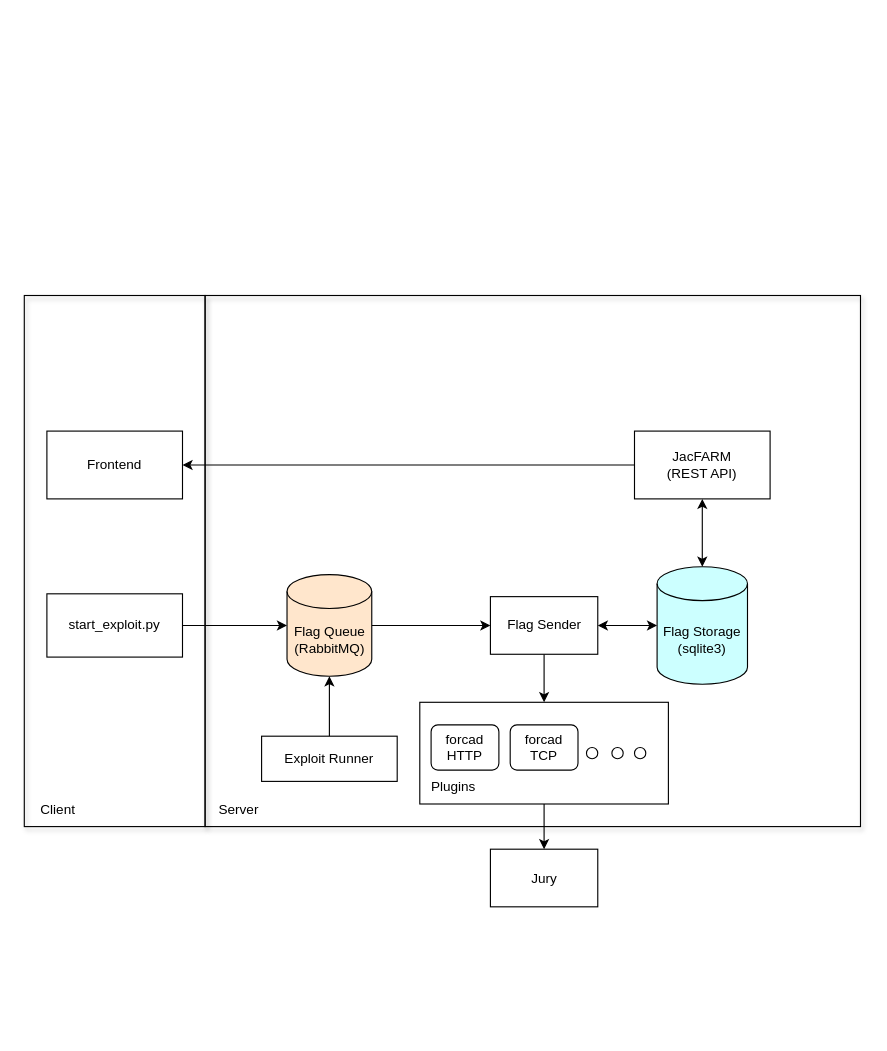
The draw.io diagram docs/diagram.drawio in Jacute/JacFARM, before the edit. Source tidied: cells renumbered, new cells numbered last; positions are measured from the earlier drawing's top-left corner, leaving out a move shared by most shapes. Both pictures are drawn from the tidied source at 113%, with x=0, y=0 at pixel (24, 295).
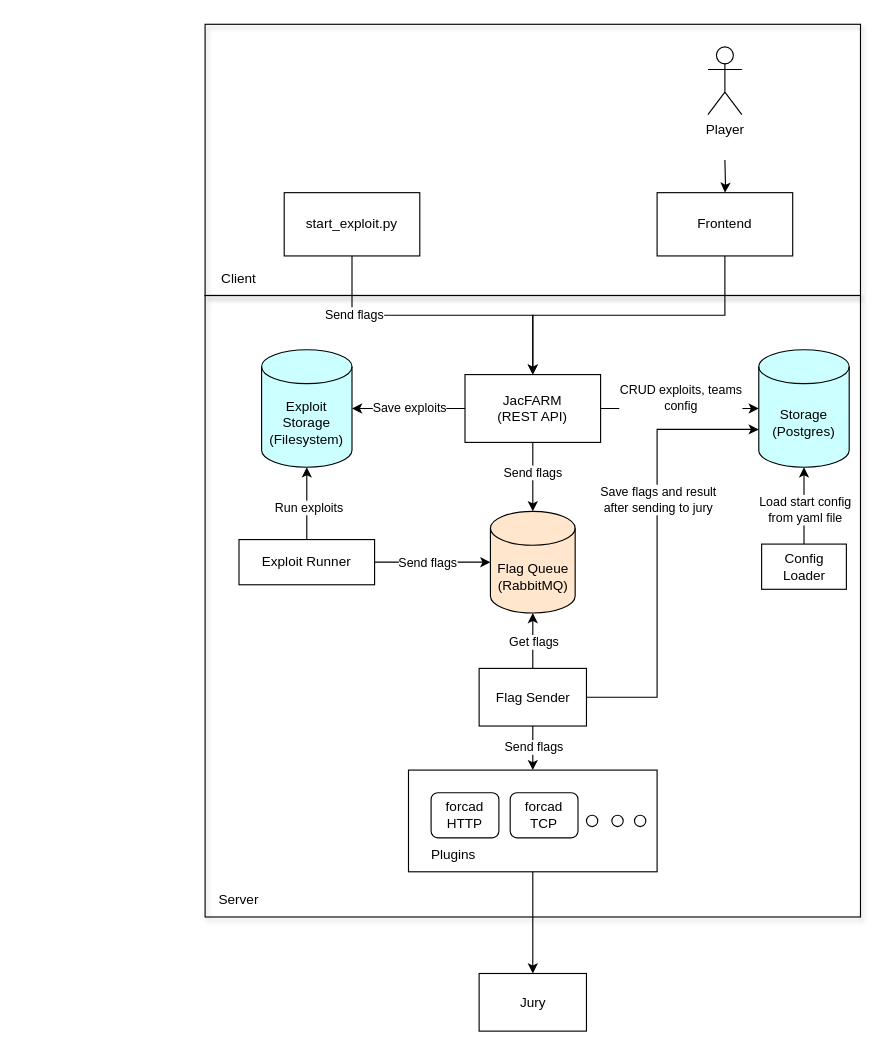
Above is the later version.

The change refers to these unchanged cells:
```xml
<mxCell id="3" style="edgeStyle=orthogonalEdgeStyle;rounded=0;jettySize=auto;html=1;" parent="1" edge="1" source="4" target="22">
  <mxGeometry relative="1" as="geometry" />
</mxCell>
```

Diff of the diagram source:
```diff
@@
     <mxCell id="2" style="rounded=0;whiteSpace=wrap;html=1;shadow=1;fillColor=none;" parent="1" vertex="1">
-      <mxGeometry x="160" width="580" height="470" as="geometry" />
+      <mxGeometry x="160" width="580" height="550" as="geometry" />
     </mxCell>
+    <mxCell id="18" style="rounded=0;whiteSpace=wrap;html=1;shadow=1;fillColor=none;" parent="1" vertex="1">
+      <mxGeometry x="160" y="-240" width="580" height="240" as="geometry" />
+    </mxCell>
@@
+    <mxCell id="29" value="Send flags" style="edgeLabel;html=1;align=center;verticalAlign=middle;" parent="3" vertex="1">
+      <mxGeometry x="-0.11" relative="1" as="geometry" />
+    </mxCell>
     <mxCell id="4" value="Flag Sender" style="rounded=0;whiteSpace=wrap;html=1;" parent="1" vertex="1">
-      <mxGeometry x="412.5" y="266.5" width="95" height="51" as="geometry" />
+      <mxGeometry x="402.5" y="330" width="95" height="51" as="geometry" />
     </mxCell>
-    <mxCell id="5" style="edgeStyle=orthogonalEdgeStyle;rounded=0;jettySize=auto;html=1;" parent="1" edge="1" source="6" target="14">
-      <mxGeometry relative="1" as="geometry" />
-    </mxCell>
+    <mxCell id="30" style="edgeStyle=orthogonalEdgeStyle;rounded=0;jettySize=auto;html=1;entryX=0.5;entryY=0;entryDx=0;entryDy=0;exitX=0.5;exitY=1;exitDx=0;exitDy=0;" parent="1" edge="1" source="6" target="11">
+      <mxGeometry relative="1" as="geometry" />
+    </mxCell>
+    <mxCell id="31" value="Send flags" style="edgeLabel;html=1;align=center;verticalAlign=middle;" parent="30" vertex="1">
+      <mxGeometry x="-0.59" y="1" relative="1" as="geometry" />
+    </mxCell>
     <mxCell id="6" value="start_exploit.py" style="rounded=0;whiteSpace=wrap;html=1;" parent="1" vertex="1">
-      <mxGeometry x="20" y="264" width="120" height="56" as="geometry" />
+      <mxGeometry x="230" y="-91" width="120" height="56" as="geometry" />
     </mxCell>
-    <mxCell id="7" style="edgeStyle=orthogonalEdgeStyle;rounded=0;jettySize=auto;html=1;" parent="1" edge="1" source="8" target="14">
-      <mxGeometry relative="1" as="geometry" />
-    </mxCell>
     <mxCell id="8" value="Exploit Runner" style="rounded=0;whiteSpace=wrap;html=1;" parent="1" vertex="1">
-      <mxGeometry x="210" y="390" width="120" height="40" as="geometry" />
+      <mxGeometry x="190" y="216" width="120" height="40" as="geometry" />
     </mxCell>
-    <mxCell id="9" style="endArrow=classic;startArrow=classic;html=1;rounded=0;exitX=1;exitY=0.5;exitDx=0;exitDy=0;" parent="1" edge="1" source="4" target="10">
-      <mxGeometry relative="1" as="geometry" />
-    </mxCell>
-    <mxCell id="10" value="Flag Storage (sqlite3)" style="shape=cylinder3;whiteSpace=wrap;html=1;boundedLbl=1;backgroundOutline=1;size=15;fillColor=#CCFFFF;" parent="1" vertex="1">
-      <mxGeometry x="560" y="240" width="80" height="104" as="geometry" />
+    <mxCell id="10" value="Storage&lt;br&gt;(Postgres)" style="shape=cylinder3;whiteSpace=wrap;html=1;boundedLbl=1;backgroundOutline=1;size=15;fillColor=#CCFFFF;" parent="1" vertex="1">
+      <mxGeometry x="650" y="48" width="80" height="104" as="geometry" />
     </mxCell>
+    <mxCell id="32" style="edgeStyle=orthogonalEdgeStyle;rounded=0;jettySize=auto;html=1;" parent="1" edge="1" source="11" target="39">
+      <mxGeometry relative="1" as="geometry" />
+    </mxCell>
+    <mxCell id="33" value="Save exploits" style="edgeLabel;html=1;align=center;verticalAlign=middle;" parent="32" vertex="1">
+      <mxGeometry x="-0.01" y="-1" relative="1" as="geometry" />
+    </mxCell>
     <mxCell id="11" value="JacFARM&lt;br&gt;(REST API)" style="rounded=0;whiteSpace=wrap;html=1;" parent="1" vertex="1">
-      <mxGeometry x="540" y="120" width="120" height="60" as="geometry" />
+      <mxGeometry x="390" y="70" width="120" height="60" as="geometry" />
     </mxCell>
-    <mxCell id="12" style="endArrow=classic;startArrow=classic;html=1;rounded=0;entryX=0.5;entryY=1;entryDx=0;entryDy=0;exitX=0.5;exitY=0;exitDx=0;exitDy=0;exitPerimeter=0;" parent="1" edge="1" source="10" target="11">
-      <mxGeometry relative="1" as="geometry" />
-    </mxCell>
-    <mxCell id="13" style="edgeStyle=orthogonalEdgeStyle;rounded=0;jettySize=auto;html=1;" parent="1" edge="1" source="14" target="4">
-      <mxGeometry relative="1" as="geometry" />
-    </mxCell>
-    <mxCell id="14" value="Flag Queue&lt;br&gt;(RabbitMQ)" style="shape=cylinder3;whiteSpace=wrap;html=1;boundedLbl=1;backgroundOutline=1;size=15;fillColor=#FFE6CC;" parent="1" vertex="1">
-      <mxGeometry x="232.5" y="247" width="75" height="90" as="geometry" />
-    </mxCell>
     <mxCell id="15" value="Server" style="text;html=1;align=center;verticalAlign=middle;whiteSpace=wrap;rounded=0;" parent="1" vertex="1">
-      <mxGeometry x="160" y="440" width="60" height="30" as="geometry" />
+      <mxGeometry x="160" y="520" width="60" height="30" as="geometry" />
     </mxCell>
-    <mxCell id="16" value="Frontend" style="rounded=0;whiteSpace=wrap;html=1;" parent="1" vertex="1">
-      <mxGeometry x="20" y="120" width="120" height="60" as="geometry" />
-    </mxCell>
-    <mxCell id="17" style="endArrow=classic;html=1;rounded=0;entryX=1;entryY=0.5;entryDx=0;entryDy=0;exitX=0;exitY=0.5;exitDx=0;exitDy=0;" parent="1" edge="1" source="11" target="16">
-      <mxGeometry relative="1" as="geometry" />
-    </mxCell>
-    <mxCell id="18" style="rounded=0;whiteSpace=wrap;html=1;shadow=1;fillColor=none;" parent="1" vertex="1">
-      <mxGeometry width="160" height="470" as="geometry" />
-    </mxCell>
     <mxCell id="19" value="Client" style="text;html=1;align=center;verticalAlign=middle;whiteSpace=wrap;rounded=0;" parent="1" vertex="1">
-      <mxGeometry y="440" width="60" height="30" as="geometry" />
+      <mxGeometry x="160" y="-30" width="60" height="30" as="geometry" />
     </mxCell>
     <mxCell id="20" value="Jury" style="rounded=0;whiteSpace=wrap;html=1;" parent="1" vertex="1">
-      <mxGeometry x="412.5" y="490" width="95" height="51" as="geometry" />
+      <mxGeometry x="402.5" y="600" width="95" height="51" as="geometry" />
     </mxCell>
@@
     <mxCell id="22" style="rounded=0;whiteSpace=wrap;html=1;fillColor=none;" parent="1" vertex="1">
-      <mxGeometry x="350" y="360" width="220" height="90" as="geometry" />
+      <mxGeometry x="340" y="420" width="220" height="90" as="geometry" />
     </mxCell>
     <mxCell id="23" value="Plugins" style="text;html=1;align=center;verticalAlign=middle;whiteSpace=wrap;rounded=0;" parent="1" vertex="1">
-      <mxGeometry x="350" y="420" width="60" height="30" as="geometry" />
+      <mxGeometry x="350" y="480" width="60" height="30" as="geometry" />
     </mxCell>
     <mxCell id="24" value="forcad HTTP" style="rounded=1;whiteSpace=wrap;html=1;" parent="1" vertex="1">
-      <mxGeometry x="360" y="380" width="60" height="40" as="geometry" />
+      <mxGeometry x="360" y="440" width="60" height="40" as="geometry" />
     </mxCell>
     <mxCell id="25" value="forcad TCP" style="rounded=1;whiteSpace=wrap;html=1;" parent="1" vertex="1">
-      <mxGeometry x="430" y="380" width="60" height="40" as="geometry" />
+      <mxGeometry x="430" y="440" width="60" height="40" as="geometry" />
     </mxCell>
     <mxCell id="26" style="ellipse;whiteSpace=wrap;html=1;" parent="1" vertex="1">
-      <mxGeometry x="497.5" y="400" width="10" height="10" as="geometry" />
+      <mxGeometry x="497.5" y="460" width="10" height="10" as="geometry" />
     </mxCell>
     <mxCell id="27" style="ellipse;whiteSpace=wrap;html=1;" parent="1" vertex="1">
-      <mxGeometry x="540" y="400" width="10" height="10" as="geometry" />
+      <mxGeometry x="540" y="460" width="10" height="10" as="geometry" />
     </mxCell>
     <mxCell id="28" style="ellipse;whiteSpace=wrap;html=1;" parent="1" vertex="1">
-      <mxGeometry x="520" y="400" width="10" height="10" as="geometry" />
+      <mxGeometry x="520" y="460" width="10" height="10" as="geometry" />
     </mxCell>
+    <mxCell id="34" style="endArrow=classic;html=1;rounded=0;entryX=0;entryY=0.5;entryDx=0;entryDy=0;entryPerimeter=0;exitX=1;exitY=0.5;exitDx=0;exitDy=0;" parent="1" edge="1" source="11" target="10">
+      <mxGeometry relative="1" as="geometry" />
+    </mxCell>
+    <mxCell id="35" value="&lt;div&gt;CRUD exploits, teams&lt;/div&gt;&lt;div&gt;config&lt;/div&gt;" style="edgeLabel;html=1;align=center;verticalAlign=middle;" parent="34" vertex="1">
+      <mxGeometry relative="1" as="geometry">
+        <mxPoint y="-10" as="offset" />
+      </mxGeometry>
+    </mxCell>
+    <mxCell id="36" style="edgeStyle=orthogonalEdgeStyle;rounded=0;jettySize=auto;html=1;entryX=0.5;entryY=0;entryDx=0;entryDy=0;exitX=0.5;exitY=1;exitDx=0;exitDy=0;" parent="1" edge="1" source="16" target="11">
+      <mxGeometry relative="1" as="geometry" />
+    </mxCell>
+    <mxCell id="16" value="Frontend" style="rounded=0;whiteSpace=wrap;html=1;" parent="1" vertex="1">
+      <mxGeometry x="560" y="-91" width="120" height="56" as="geometry" />
+    </mxCell>
+    <mxCell id="37" style="edgeStyle=orthogonalEdgeStyle;rounded=0;jettySize=auto;html=1;" parent="1" edge="1" target="16">
+      <mxGeometry relative="1" as="geometry">
+        <mxPoint x="620" y="-120" as="sourcePoint" />
+      </mxGeometry>
+    </mxCell>
+    <mxCell id="38" value="Player" style="shape=umlActor;verticalLabelPosition=bottom;verticalAlign=top;html=1;" parent="1" vertex="1">
+      <mxGeometry x="605" y="-220" width="30" height="60" as="geometry" />
+    </mxCell>
+    <mxCell id="39" value="Exploit Storage&lt;br&gt;(Filesystem)" style="shape=cylinder3;whiteSpace=wrap;html=1;boundedLbl=1;backgroundOutline=1;size=15;fillColor=#CCFFFF;" parent="1" vertex="1">
+      <mxGeometry x="210" y="48" width="80" height="104" as="geometry" />
+    </mxCell>
+    <mxCell id="40" style="edgeStyle=orthogonalEdgeStyle;rounded=0;jettySize=auto;html=1;entryX=0.5;entryY=1;entryDx=0;entryDy=0;entryPerimeter=0;" parent="1" edge="1" source="8" target="39">
+      <mxGeometry relative="1" as="geometry" />
+    </mxCell>
+    <mxCell id="41" value="Run exploits" style="edgeLabel;html=1;align=center;verticalAlign=middle;" parent="40" vertex="1">
+      <mxGeometry x="-0.1" y="-1" relative="1" as="geometry" />
+    </mxCell>
+    <mxCell id="14" value="Flag Queue&lt;br&gt;(RabbitMQ)" style="shape=cylinder3;whiteSpace=wrap;html=1;boundedLbl=1;backgroundOutline=1;size=15;fillColor=#FFE6CC;" parent="1" vertex="1">
+      <mxGeometry x="412.5" y="191" width="75" height="90" as="geometry" />
+    </mxCell>
+    <mxCell id="7" style="edgeStyle=orthogonalEdgeStyle;rounded=0;jettySize=auto;html=1;entryX=0;entryY=0.5;entryDx=0;entryDy=0;entryPerimeter=0;" parent="1" edge="1" source="8" target="14">
+      <mxGeometry relative="1" as="geometry" />
+    </mxCell>
+    <mxCell id="42" value="Send flags" style="edgeLabel;html=1;align=center;verticalAlign=middle;" parent="7" vertex="1">
+      <mxGeometry x="-0.1" relative="1" as="geometry" />
+    </mxCell>
+    <mxCell id="43" style="edgeStyle=orthogonalEdgeStyle;rounded=0;jettySize=auto;html=1;entryX=0.5;entryY=0;entryDx=0;entryDy=0;entryPerimeter=0;" parent="1" edge="1" source="11" target="14">
+      <mxGeometry relative="1" as="geometry" />
+    </mxCell>
+    <mxCell id="44" value="Send flags" style="edgeLabel;html=1;align=center;verticalAlign=middle;" parent="43" vertex="1">
+      <mxGeometry x="-0.14" y="-1" relative="1" as="geometry" />
+    </mxCell>
+    <mxCell id="45" style="edgeStyle=orthogonalEdgeStyle;rounded=0;jettySize=auto;html=1;entryX=0.5;entryY=1;entryDx=0;entryDy=0;entryPerimeter=0;" parent="1" edge="1" source="4" target="14">
+      <mxGeometry relative="1" as="geometry" />
+    </mxCell>
+    <mxCell id="46" value="Get flags" style="edgeLabel;html=1;align=center;verticalAlign=middle;" parent="45" vertex="1">
+      <mxGeometry x="-0.03" relative="1" as="geometry" />
+    </mxCell>
+    <mxCell id="9" style="edgeStyle=orthogonalEdgeStyle;rounded=0;jettySize=auto;html=1;entryX=0;entryY=0;entryDx=0;entryDy=70.5;entryPerimeter=0;" parent="1" edge="1" source="4" target="10">
+      <mxGeometry relative="1" as="geometry">
+        <Array as="points">
+          <mxPoint x="560" y="356" />
+          <mxPoint x="560" y="119" />
+          <mxPoint x="650" y="119" />
+        </Array>
+      </mxGeometry>
+    </mxCell>
+    <mxCell id="47" value="Save flags and result&lt;br&gt;after sending to jury" style="edgeLabel;html=1;align=center;verticalAlign=middle;" parent="9" vertex="1">
+      <mxGeometry x="-0.03" y="2" relative="1" as="geometry">
+        <mxPoint x="2" y="-49" as="offset" />
+      </mxGeometry>
+    </mxCell>
+    <mxCell id="48" value="Config Loader" style="rounded=0;whiteSpace=wrap;html=1;" parent="1" vertex="1">
+      <mxGeometry x="652.5" y="220" width="75" height="40" as="geometry" />
+    </mxCell>
+    <mxCell id="49" style="edgeStyle=orthogonalEdgeStyle;rounded=0;jettySize=auto;html=1;entryX=0.5;entryY=1;entryDx=0;entryDy=0;entryPerimeter=0;" parent="1" edge="1" source="48" target="10">
+      <mxGeometry relative="1" as="geometry" />
+    </mxCell>
+    <mxCell id="50" value="Load start config&lt;br&gt;from yaml file" style="edgeLabel;html=1;align=center;verticalAlign=middle;" parent="49" vertex="1">
+      <mxGeometry x="-0.1" relative="1" as="geometry" />
+    </mxCell>
```
